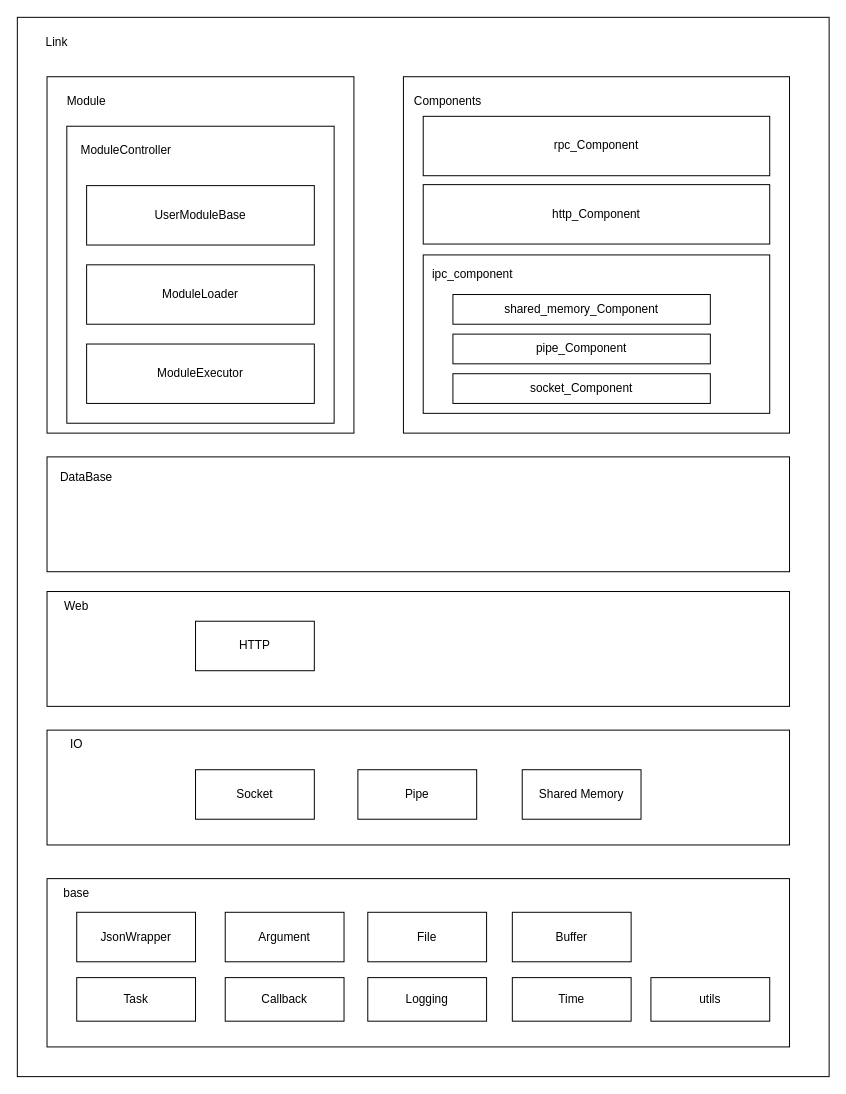
ISSuh/link keeps this draw.io diagram as page "architecture" (1 of 5) of doc/arch.drawio. Above is the earlier version. Source tidied: cells renumbered, new cells numbered last; positions are measured from the earlier drawing's top-left corner, leaving out a move shared by most shapes. Both pictures are drawn from the tidied source at 99%, with x=0, y=0 at pixel (17, 17).
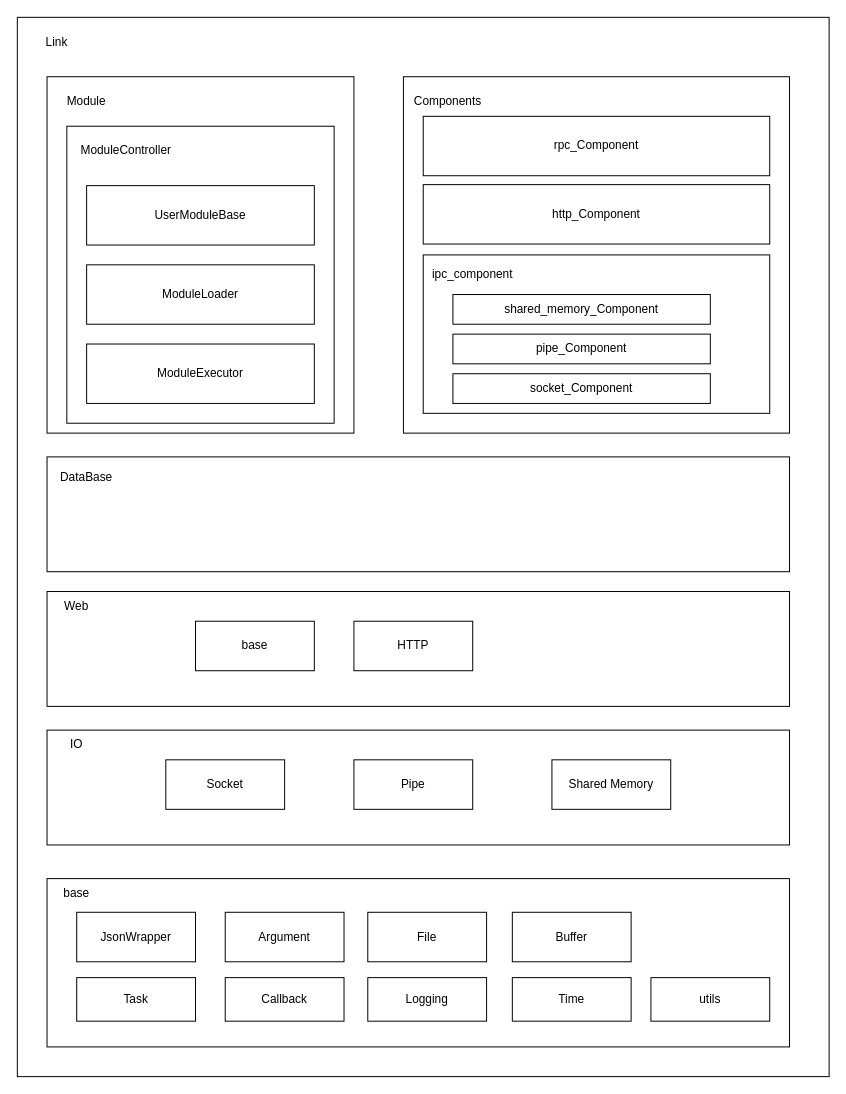
The same diagram, later.

The edit, as a diff of the source:
```diff
@@
     <mxCell id="37" value="Socket" style="rounded=0;whiteSpace=wrap;html=1;" parent="1" vertex="1">
-      <mxGeometry x="180" y="760" width="120" height="50" as="geometry" />
+      <mxGeometry x="150" y="750" width="120" height="50" as="geometry" />
     </mxCell>
     <mxCell id="38" value="Pipe" style="rounded=0;whiteSpace=wrap;html=1;" parent="1" vertex="1">
-      <mxGeometry x="344" y="760" width="120" height="50" as="geometry" />
+      <mxGeometry x="340" y="750" width="120" height="50" as="geometry" />
     </mxCell>
     <mxCell id="39" value="Shared Memory" style="rounded=0;whiteSpace=wrap;html=1;" parent="1" vertex="1">
-      <mxGeometry x="510" y="760" width="120" height="50" as="geometry" />
+      <mxGeometry x="540" y="750" width="120" height="50" as="geometry" />
     </mxCell>
-    <mxCell id="40" value="HTTP" style="rounded=0;whiteSpace=wrap;html=1;" parent="1" vertex="1">
+    <mxCell id="40" value="base" style="rounded=0;whiteSpace=wrap;html=1;" parent="1" vertex="1">
       <mxGeometry x="180" y="610" width="120" height="50" as="geometry" />
     </mxCell>
+    <mxCell id="41" value="HTTP" style="rounded=0;whiteSpace=wrap;html=1;" parent="1" vertex="1">
+      <mxGeometry x="340" y="610" width="120" height="50" as="geometry" />
+    </mxCell>
```
